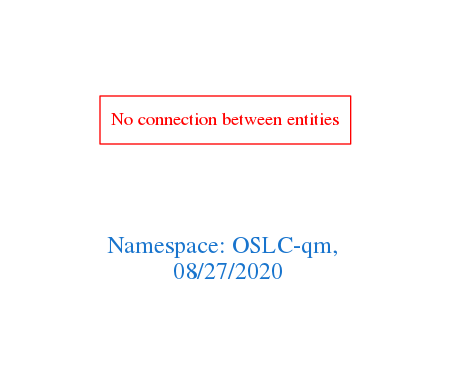
Before: downloads/OSLC-qm.png, a diagram exported from Graphviz (arago/OGIT). Its source is kept beside it as downloads/OSLC-qm.dot.
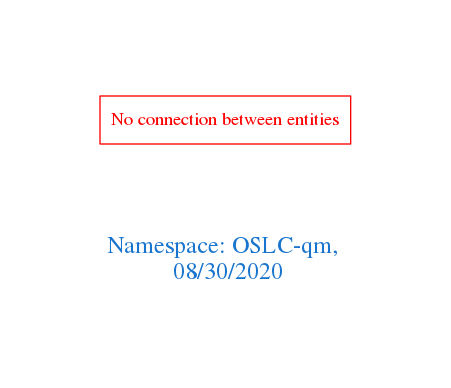
The same diagram one commit later.

The edit, as a diff of the source:
```diff
@@ -1,7 +1,7 @@
 digraph OGIT_ontology {
  graph [ rankdir= LR,pad=1
 fontsize = 18,
-fontcolor= dodgerblue3,label = "\n\n\nNamespace: OSLC-qm, \n 08/27/2020"];
+fontcolor= dodgerblue3,label = "\n\n\nNamespace: OSLC-qm, \n 08/30/2020"];
 node[shape=polygon];
 edge [  color="gray81"];
 
```
